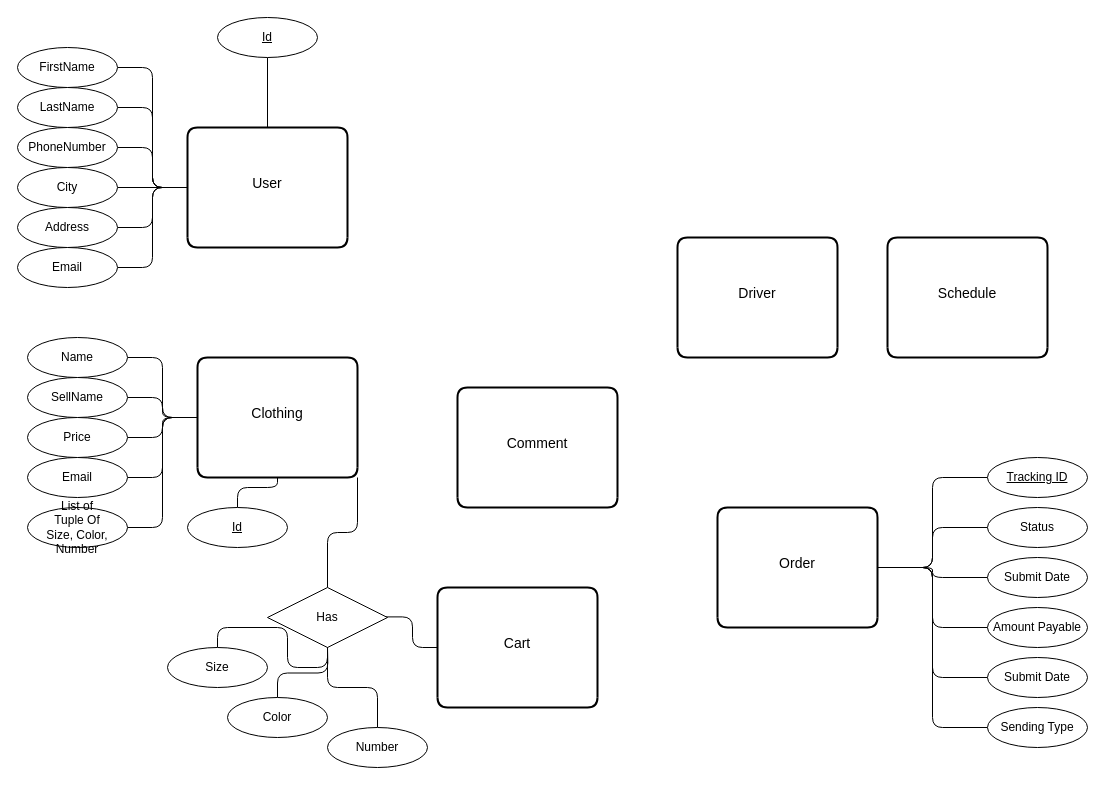
Earlier version of the draw.io diagram Market.drawio (yasharzb/Health-Management). Source tidied: cells renumbered, new cells numbered last; positions are measured from the earlier drawing's top-left corner, leaving out a move shared by most shapes. Both pictures are drawn from the tidied source at 100%, with x=0, y=0 at pixel (17, 17).
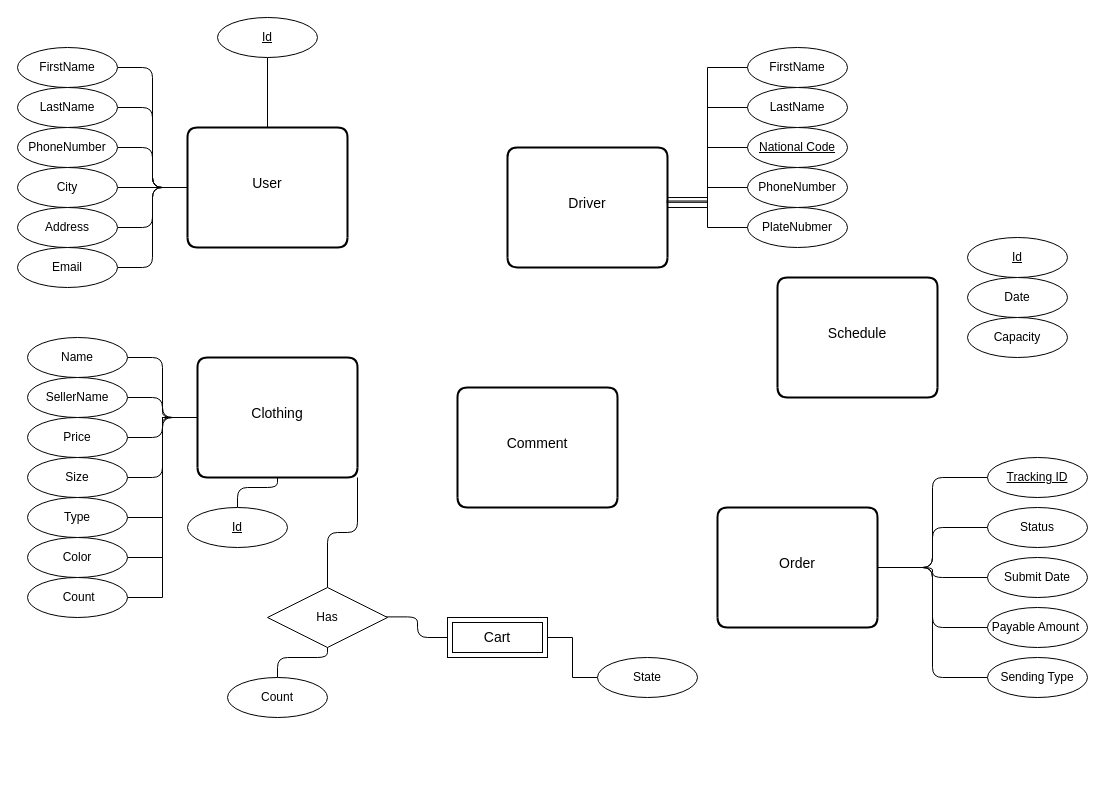
Above is the later version.

Commit message:
Add attributes for Drive and Schedule

Unchanged cells that the change refers to:
```xml
<mxCell id="4" value="Clothing" style="swimlane;horizontal=1;startSize=110;rounded=1;fontSize=14;fontStyle=0;strokeWidth=2;shadow=0;dashed=0;align=center;swimlaneLine=0;" parent="1" vertex="1">
  <mxGeometry x="180" y="340" width="160" height="120" as="geometry" />
</mxCell>
<mxCell id="8" value="Order" style="swimlane;horizontal=1;startSize=110;rounded=1;fontSize=14;fontStyle=0;strokeWidth=2;shadow=0;dashed=0;align=center;swimlaneLine=0;" parent="1" vertex="1">
  <mxGeometry x="700" y="490" width="160" height="120" as="geometry" />
</mxCell>
<mxCell id="36" value="Has" style="shape=rhombus;perimeter=rhombusPerimeter;whiteSpace=wrap;html=1;align=center;" parent="1" vertex="1">
  <mxGeometry x="250" y="570" width="120" height="60" as="geometry" />
</mxCell>
```

The edit, as a diff of the source:
```diff
@@
-    <mxCell id="6" value="Cart" style="swimlane;horizontal=1;startSize=110;rounded=1;fontSize=14;fontStyle=0;strokeWidth=2;shadow=0;dashed=0;align=center;swimlaneLine=0;" parent="1" vertex="1">
-      <mxGeometry x="420" y="570" width="160" height="120" as="geometry" />
-    </mxCell>
@@
     <mxCell id="9" value="Driver" style="swimlane;horizontal=1;startSize=110;rounded=1;fontSize=14;fontStyle=0;strokeWidth=2;shadow=0;dashed=0;align=center;swimlaneLine=0;" parent="1" vertex="1">
-      <mxGeometry x="660" y="220" width="160" height="120" as="geometry" />
+      <mxGeometry x="490" y="130" width="160" height="120" as="geometry" />
     </mxCell>
     <mxCell id="10" value="Schedule" style="swimlane;horizontal=1;startSize=110;rounded=1;fontSize=14;fontStyle=0;strokeWidth=2;shadow=0;dashed=0;align=center;swimlaneLine=0;" parent="1" vertex="1">
-      <mxGeometry x="870" y="220" width="160" height="120" as="geometry" />
+      <mxGeometry x="760" y="260" width="160" height="120" as="geometry" />
     </mxCell>
@@
-    <mxCell id="26" value="SellName" style="ellipse;whiteSpace=wrap;html=1;align=center;" parent="1" vertex="1">
+    <mxCell id="26" value="SellerName" style="ellipse;whiteSpace=wrap;html=1;align=center;" parent="1" vertex="1">
       <mxGeometry x="10" y="360" width="100" height="40" as="geometry" />
     </mxCell>
@@
-    <mxCell id="29" style="edgeStyle=orthogonalEdgeStyle;rounded=1;jettySize=auto;html=1;exitX=1;exitY=0.5;exitDx=0;exitDy=0;endArrow=none;endFill=0;" parent="1" edge="1" source="30" target="4">
-      <mxGeometry relative="1" as="geometry" />
-    </mxCell>
-    <mxCell id="30" value="Email" style="ellipse;whiteSpace=wrap;html=1;align=center;" parent="1" vertex="1">
-      <mxGeometry x="10" y="440" width="100" height="40" as="geometry" />
-    </mxCell>
@@
-    <mxCell id="32" value="List of&lt;br&gt;Tuple Of&lt;br&gt;Size, Color, Number" style="ellipse;whiteSpace=wrap;html=1;align=center;" parent="1" vertex="1">
-      <mxGeometry x="10" y="490" width="100" height="40" as="geometry" />
+    <mxCell id="32" value="Size" style="ellipse;whiteSpace=wrap;html=1;align=center;" parent="1" vertex="1">
+      <mxGeometry x="10" y="440" width="100" height="40" as="geometry" />
     </mxCell>
@@
-    <mxCell id="37" style="edgeStyle=orthogonalEdgeStyle;rounded=1;jettySize=auto;html=1;exitX=0.5;exitY=0;exitDx=0;exitDy=0;entryX=0.5;entryY=1;entryDx=0;entryDy=0;endArrow=none;endFill=0;" parent="1" edge="1" source="38" target="36">
-      <mxGeometry relative="1" as="geometry" />
-    </mxCell>
-    <mxCell id="38" value="Size" style="ellipse;whiteSpace=wrap;html=1;align=center;" parent="1" vertex="1">
-      <mxGeometry x="150" y="630" width="100" height="40" as="geometry" />
-    </mxCell>
-    <mxCell id="39" style="edgeStyle=orthogonalEdgeStyle;rounded=1;jettySize=auto;html=1;exitX=0.5;exitY=0;exitDx=0;exitDy=0;endArrow=none;endFill=0;" parent="1" edge="1" source="40">
-      <mxGeometry relative="1" as="geometry">
-        <mxPoint x="310" y="630" as="targetPoint" />
-      </mxGeometry>
-    </mxCell>
-    <mxCell id="40" value="Color" style="ellipse;whiteSpace=wrap;html=1;align=center;" parent="1" vertex="1">
-      <mxGeometry x="210" y="680" width="100" height="40" as="geometry" />
-    </mxCell>
@@
-    <mxCell id="42" value="Number" style="ellipse;whiteSpace=wrap;html=1;align=center;" parent="1" vertex="1">
-      <mxGeometry x="310" y="710" width="100" height="40" as="geometry" />
+    <mxCell id="42" value="Count" style="ellipse;whiteSpace=wrap;html=1;align=center;" parent="1" vertex="1">
+      <mxGeometry x="210" y="660" width="100" height="40" as="geometry" />
     </mxCell>
@@
-    <mxCell id="50" value="Amount Payable" style="ellipse;whiteSpace=wrap;html=1;align=center;" parent="1" vertex="1">
+    <mxCell id="50" value="Payable Amount&amp;nbsp;" style="ellipse;whiteSpace=wrap;html=1;align=center;" parent="1" vertex="1">
       <mxGeometry x="970" y="590" width="100" height="40" as="geometry" />
     </mxCell>
-    <mxCell id="51" style="edgeStyle=orthogonalEdgeStyle;rounded=1;jettySize=auto;html=1;entryX=1;entryY=0.5;entryDx=0;entryDy=0;endArrow=none;endFill=0;" parent="1" edge="1" source="52" target="8">
-      <mxGeometry relative="1" as="geometry" />
-    </mxCell>
-    <mxCell id="52" value="Submit Date" style="ellipse;whiteSpace=wrap;html=1;align=center;" parent="1" vertex="1">
-      <mxGeometry x="970" y="640" width="100" height="40" as="geometry" />
-    </mxCell>
     <mxCell id="53" value="Sending Type" style="ellipse;whiteSpace=wrap;html=1;align=center;" parent="1" vertex="1">
-      <mxGeometry x="970" y="690" width="100" height="40" as="geometry" />
+      <mxGeometry x="970" y="640" width="100" height="40" as="geometry" />
     </mxCell>
@@
+    <mxCell id="56" style="edgeStyle=orthogonalEdgeStyle;rounded=0;jettySize=auto;html=1;entryX=0;entryY=0.5;entryDx=0;entryDy=0;endArrow=none;endFill=0;" parent="1" edge="1" source="57" target="4">
+      <mxGeometry relative="1" as="geometry" />
+    </mxCell>
+    <mxCell id="57" value="Type" style="ellipse;whiteSpace=wrap;html=1;align=center;" parent="1" vertex="1">
+      <mxGeometry x="10" y="480" width="100" height="40" as="geometry" />
+    </mxCell>
+    <mxCell id="58" style="edgeStyle=orthogonalEdgeStyle;rounded=0;jettySize=auto;html=1;entryX=0;entryY=0.5;entryDx=0;entryDy=0;endArrow=none;endFill=0;" parent="1" edge="1" source="40" target="4">
+      <mxGeometry relative="1" as="geometry" />
+    </mxCell>
+    <mxCell id="40" value="Color" style="ellipse;whiteSpace=wrap;html=1;align=center;" parent="1" vertex="1">
+      <mxGeometry x="10" y="520" width="100" height="40" as="geometry" />
+    </mxCell>
+    <mxCell id="59" style="edgeStyle=orthogonalEdgeStyle;rounded=0;jettySize=auto;html=1;entryX=0;entryY=0.5;entryDx=0;entryDy=0;endArrow=none;endFill=0;" parent="1" edge="1" source="60" target="4">
+      <mxGeometry relative="1" as="geometry" />
+    </mxCell>
+    <mxCell id="60" value="&amp;nbsp;Count" style="ellipse;whiteSpace=wrap;html=1;align=center;" parent="1" vertex="1">
+      <mxGeometry x="10" y="560" width="100" height="40" as="geometry" />
+    </mxCell>
+    <mxCell id="6" value="&lt;span style=&quot;font-size: 14px&quot;&gt;Cart&lt;/span&gt;" style="shape=ext;margin=3;double=1;whiteSpace=wrap;html=1;align=center;" parent="1" vertex="1">
+      <mxGeometry x="430" y="600" width="100" height="40" as="geometry" />
+    </mxCell>
+    <mxCell id="61" style="edgeStyle=orthogonalEdgeStyle;rounded=0;jettySize=auto;html=1;entryX=1;entryY=0.5;entryDx=0;entryDy=0;endArrow=none;endFill=0;" parent="1" edge="1" source="62" target="6">
+      <mxGeometry relative="1" as="geometry" />
+    </mxCell>
+    <mxCell id="62" value="State" style="ellipse;whiteSpace=wrap;html=1;align=center;" parent="1" vertex="1">
+      <mxGeometry x="580" y="640" width="100" height="40" as="geometry" />
+    </mxCell>
+    <mxCell id="63" style="edgeStyle=orthogonalEdgeStyle;rounded=0;jettySize=auto;html=1;entryX=0.994;entryY=0.457;entryDx=0;entryDy=0;entryPerimeter=0;endArrow=none;endFill=0;" parent="1" edge="1" source="64" target="9">
+      <mxGeometry relative="1" as="geometry" />
+    </mxCell>
+    <mxCell id="64" value="FirstName" style="ellipse;whiteSpace=wrap;html=1;align=center;" parent="1" vertex="1">
+      <mxGeometry x="730" y="30" width="100" height="40" as="geometry" />
+    </mxCell>
+    <mxCell id="65" style="edgeStyle=orthogonalEdgeStyle;rounded=0;jettySize=auto;html=1;entryX=0.994;entryY=0.446;entryDx=0;entryDy=0;entryPerimeter=0;endArrow=none;endFill=0;" parent="1" edge="1" source="66" target="9">
+      <mxGeometry relative="1" as="geometry" />
+    </mxCell>
+    <mxCell id="66" value="LastName" style="ellipse;whiteSpace=wrap;html=1;align=center;" parent="1" vertex="1">
+      <mxGeometry x="730" y="70" width="100" height="40" as="geometry" />
+    </mxCell>
+    <mxCell id="67" style="edgeStyle=orthogonalEdgeStyle;rounded=0;jettySize=auto;html=1;endArrow=none;endFill=0;" parent="1" edge="1" source="68" target="9">
+      <mxGeometry relative="1" as="geometry" />
+    </mxCell>
+    <mxCell id="68" value="National Code" style="ellipse;whiteSpace=wrap;html=1;align=center;fontStyle=4;" parent="1" vertex="1">
+      <mxGeometry x="730" y="110" width="100" height="40" as="geometry" />
+    </mxCell>
+    <mxCell id="69" style="edgeStyle=orthogonalEdgeStyle;rounded=0;jettySize=auto;html=1;exitX=0;exitY=0.5;exitDx=0;exitDy=0;entryX=1;entryY=0.417;entryDx=0;entryDy=0;entryPerimeter=0;endArrow=none;endFill=0;" parent="1" edge="1" source="70" target="9">
+      <mxGeometry relative="1" as="geometry" />
+    </mxCell>
+    <mxCell id="70" value="PhoneNumber" style="ellipse;whiteSpace=wrap;html=1;align=center;" parent="1" vertex="1">
+      <mxGeometry x="730" y="150" width="100" height="40" as="geometry" />
+    </mxCell>
+    <mxCell id="71" style="edgeStyle=orthogonalEdgeStyle;rounded=0;jettySize=auto;html=1;entryX=1;entryY=0.5;entryDx=0;entryDy=0;endArrow=none;endFill=0;" parent="1" edge="1" source="72" target="9">
+      <mxGeometry relative="1" as="geometry" />
+    </mxCell>
+    <mxCell id="72" value="PlateNubmer" style="ellipse;whiteSpace=wrap;html=1;align=center;" parent="1" vertex="1">
+      <mxGeometry x="730" y="190" width="100" height="40" as="geometry" />
+    </mxCell>
+    <mxCell id="73" value="Id" style="ellipse;whiteSpace=wrap;html=1;align=center;fontStyle=4;" parent="1" vertex="1">
+      <mxGeometry x="950" y="220" width="100" height="40" as="geometry" />
+    </mxCell>
+    <mxCell id="74" value="Date" style="ellipse;whiteSpace=wrap;html=1;align=center;" parent="1" vertex="1">
+      <mxGeometry x="950" y="260" width="100" height="40" as="geometry" />
+    </mxCell>
+    <mxCell id="75" value="Capacity" style="ellipse;whiteSpace=wrap;html=1;align=center;" parent="1" vertex="1">
+      <mxGeometry x="950" y="300" width="100" height="40" as="geometry" />
+    </mxCell>
```
